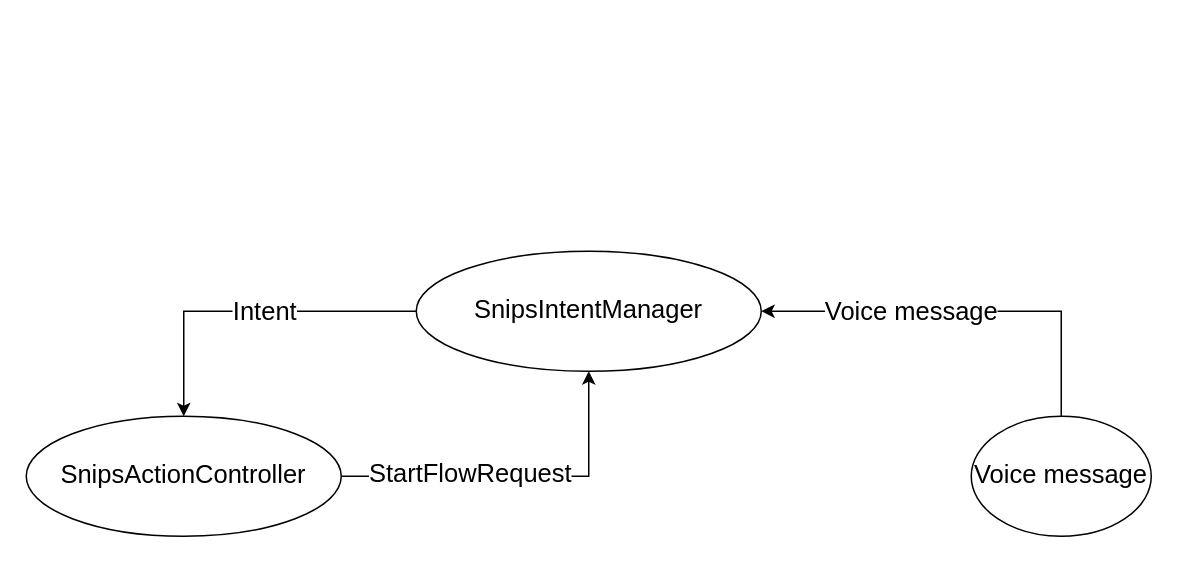
The draw.io diagram RCJ_pcms_base/diagrams/SnipsActionController.drawio in FablabHome/The_Essense_of_the_Grey_Region, before the edit. Source tidied: cells renumbered, new cells numbered last; positions are measured from the earlier drawing's top-left corner, leaving out a move shared by most shapes. Both pictures are drawn from the tidied source at 150%, with x=0, y=0 at pixel (26, 250).
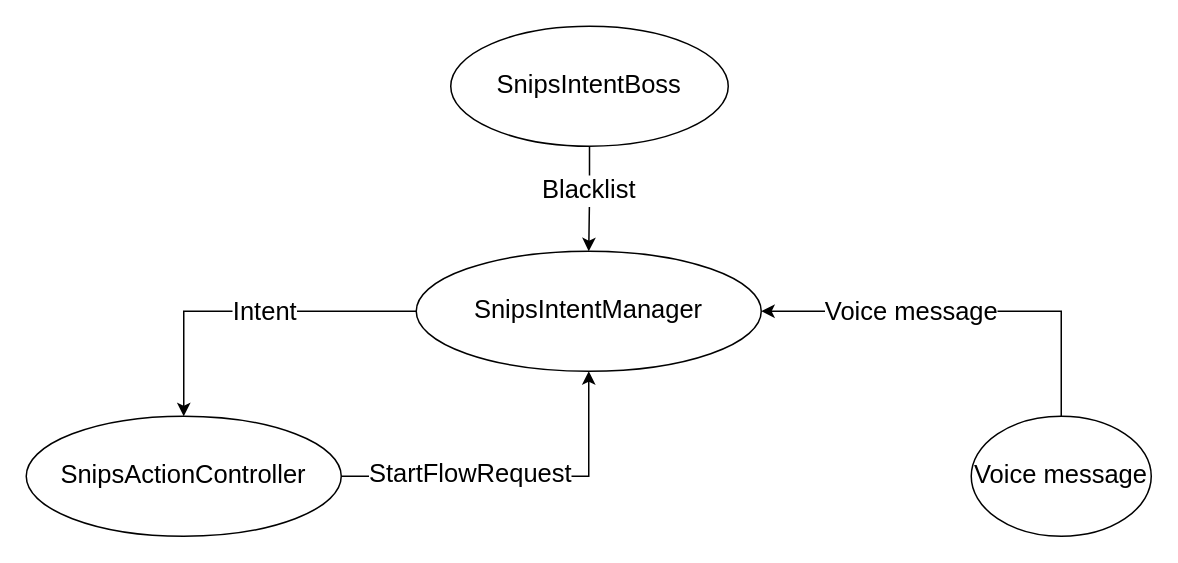
Above is the later version.

What changed in the source:
```diff
@@
 <mxGraphModel>
   <root>
     <mxCell id="0" />
     <mxCell id="1" parent="0" />
     <mxCell id="2" style="edgeStyle=orthogonalEdgeStyle;rounded=0;jettySize=auto;html=1;entryX=0.5;entryY=1;entryDx=0;entryDy=0;fontSize=17;" parent="1" edge="1" source="4" target="7">
       <mxGeometry relative="1" as="geometry" />
     </mxCell>
     <mxCell id="3" value="StartFlowRequest" style="edgeLabel;html=1;align=center;verticalAlign=middle;fontSize=17;" parent="2" vertex="1">
       <mxGeometry x="-0.15" y="2" relative="1" as="geometry">
         <mxPoint x="-15" as="offset" />
       </mxGeometry>
     </mxCell>
     <mxCell id="4" value="&lt;font style=&quot;font-size: 17px&quot;&gt;SnipsActionController&lt;/font&gt;" style="ellipse;whiteSpace=wrap;html=1;" parent="1" vertex="1">
       <mxGeometry y="110" width="210" height="80" as="geometry" />
     </mxCell>
     <mxCell id="5" style="edgeStyle=orthogonalEdgeStyle;rounded=0;jettySize=auto;html=1;fontSize=17;" parent="1" edge="1" source="7" target="4">
       <mxGeometry relative="1" as="geometry" />
     </mxCell>
     <mxCell id="6" value="Intent" style="edgeLabel;html=1;align=center;verticalAlign=middle;fontSize=17;" parent="5" vertex="1">
       <mxGeometry x="-0.09" relative="1" as="geometry" />
     </mxCell>
     <mxCell id="7" value="SnipsIntentManager" style="ellipse;whiteSpace=wrap;html=1;fontSize=17;" parent="1" vertex="1">
       <mxGeometry x="260" width="230" height="80" as="geometry" />
     </mxCell>
     <mxCell id="8" style="edgeStyle=orthogonalEdgeStyle;rounded=0;jettySize=auto;html=1;entryX=1;entryY=0.5;entryDx=0;entryDy=0;fontSize=17;" parent="1" edge="1" source="10" target="7">
       <mxGeometry relative="1" as="geometry">
         <Array as="points">
           <mxPoint x="690" y="40" />
         </Array>
       </mxGeometry>
     </mxCell>
     <mxCell id="9" value="Voice message" style="edgeLabel;html=1;align=center;verticalAlign=middle;fontSize=17;" parent="8" vertex="1">
       <mxGeometry x="0.27" relative="1" as="geometry" />
     </mxCell>
     <mxCell id="10" value="Voice message" style="ellipse;whiteSpace=wrap;html=1;fontSize=17;" parent="1" vertex="1">
       <mxGeometry x="630" y="110" width="120" height="80" as="geometry" />
     </mxCell>
+    <mxCell id="11" style="edgeStyle=orthogonalEdgeStyle;rounded=0;jettySize=auto;html=1;fontSize=17;" parent="1" edge="1" source="13" target="7">
+      <mxGeometry relative="1" as="geometry" />
+    </mxCell>
+    <mxCell id="12" value="Blacklist" style="edgeLabel;html=1;align=center;verticalAlign=middle;fontSize=17;" parent="11" vertex="1">
+      <mxGeometry x="-0.18" y="-1" relative="1" as="geometry" />
+    </mxCell>
+    <mxCell id="13" value="SnipsIntentBoss" style="ellipse;whiteSpace=wrap;html=1;fontSize=17;" parent="1" vertex="1">
+      <mxGeometry x="283" y="-150" width="185" height="80" as="geometry" />
+    </mxCell>
   </root>
 </mxGraphModel>
```
